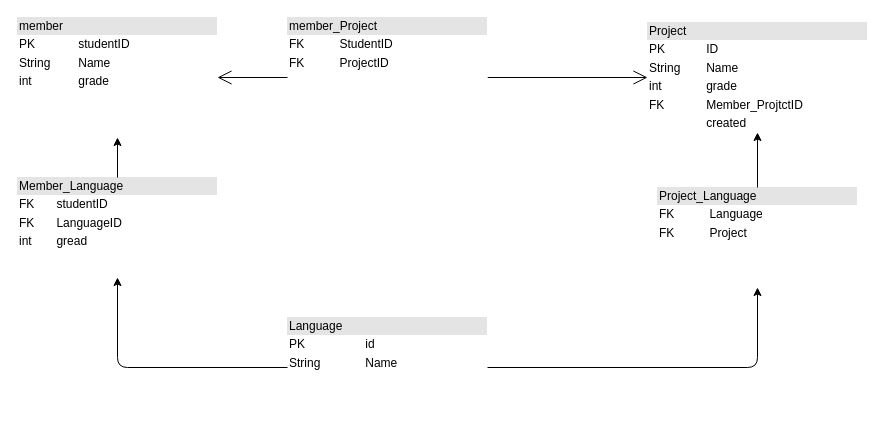
The draw.io diagram e_r.drawio in swkoubou/memberssite, before the edit. Source tidied: cells renumbered, new cells numbered last; positions are measured from the earlier drawing's top-left corner, leaving out a move shared by most shapes. Both pictures are drawn from the tidied source at 100%, with x=0, y=0 at pixel (17, 17).
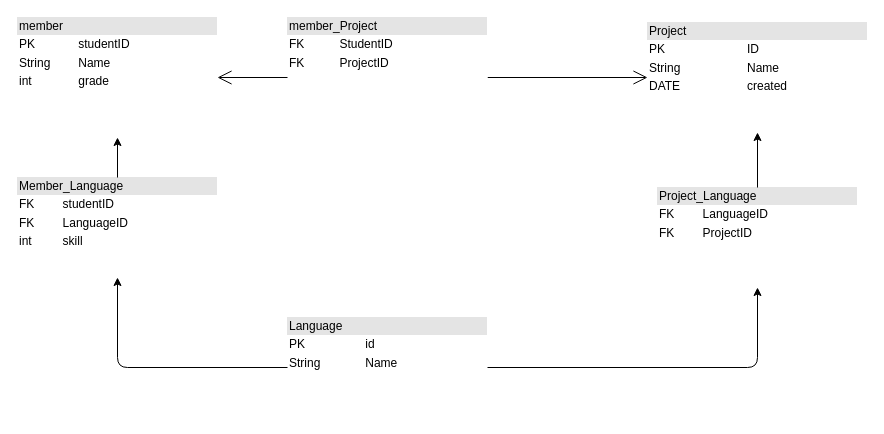
After the change.

Commit message:
鷹野先生に言われたこと一部修正

What changed in the source:
```diff
@@
 <mxGraphModel>
   <root>
     <mxCell id="0" />
     <mxCell id="1" parent="0" />
     <mxCell id="2" value="&lt;div style=&quot;box-sizing: border-box ; width: 100% ; background: #e4e4e4 ; padding: 2px&quot;&gt;&lt;font color=&quot;#000000&quot;&gt;member&lt;/font&gt;&lt;/div&gt;&lt;table style=&quot;width: 100% ; font-size: 1em&quot; cellpadding=&quot;2&quot; cellspacing=&quot;0&quot;&gt;&lt;tbody&gt;&lt;tr&gt;&lt;td&gt;PK&lt;/td&gt;&lt;td&gt;studentID&lt;/td&gt;&lt;/tr&gt;&lt;tr&gt;&lt;td&gt;String&lt;/td&gt;&lt;td&gt;Name&lt;/td&gt;&lt;/tr&gt;&lt;tr&gt;&lt;td&gt;int&lt;/td&gt;&lt;td&gt;grade&lt;span style=&quot;white-space: pre&quot;&gt;&#9;&lt;/span&gt;&lt;span style=&quot;white-space: pre&quot;&gt;&#9;&lt;/span&gt;&lt;br&gt;&lt;/td&gt;&lt;/tr&gt;&lt;/tbody&gt;&lt;/table&gt;" style="verticalAlign=top;align=left;overflow=fill;html=1;strokeColor=none;" parent="1" vertex="1">
       <mxGeometry width="200" height="120" as="geometry" />
     </mxCell>
     <mxCell id="3" value="&lt;div style=&quot;box-sizing: border-box ; width: 100% ; background: #e4e4e4 ; padding: 2px&quot;&gt;&lt;font color=&quot;#000000&quot;&gt;Language&lt;/font&gt;&lt;/div&gt;&lt;table style=&quot;width: 100% ; font-size: 1em&quot; cellpadding=&quot;2&quot; cellspacing=&quot;0&quot;&gt;&lt;tbody&gt;&lt;tr&gt;&lt;td&gt;PK&lt;/td&gt;&lt;td&gt;id&lt;br&gt;&lt;/td&gt;&lt;/tr&gt;&lt;tr&gt;&lt;td&gt;String&lt;/td&gt;&lt;td&gt;Name&lt;/td&gt;&lt;/tr&gt;&lt;tr&gt;&lt;td&gt;&lt;/td&gt;&lt;td&gt;&lt;span style=&quot;white-space: pre&quot;&gt;&#9;&lt;/span&gt;&lt;span style=&quot;white-space: pre&quot;&gt;&#9;&lt;/span&gt;&lt;br&gt;&lt;/td&gt;&lt;/tr&gt;&lt;/tbody&gt;&lt;/table&gt;" style="verticalAlign=top;align=left;overflow=fill;html=1;strokeColor=none;" parent="1" vertex="1">
       <mxGeometry x="270" y="300" width="200" height="100" as="geometry" />
     </mxCell>
-    <mxCell id="4" value="&lt;div style=&quot;box-sizing: border-box ; width: 100% ; background: #e4e4e4 ; padding: 2px&quot;&gt;&lt;font color=&quot;#000000&quot;&gt;Project&lt;/font&gt;&lt;/div&gt;&lt;table style=&quot;width: 100% ; font-size: 1em&quot; cellpadding=&quot;2&quot; cellspacing=&quot;0&quot;&gt;&lt;tbody&gt;&lt;tr&gt;&lt;td&gt;PK&lt;/td&gt;&lt;td&gt;ID&lt;/td&gt;&lt;/tr&gt;&lt;tr&gt;&lt;td&gt;String&lt;/td&gt;&lt;td&gt;Name&lt;/td&gt;&lt;/tr&gt;&lt;tr&gt;&lt;td&gt;int&lt;/td&gt;&lt;td&gt;grade&lt;span style=&quot;white-space: pre&quot;&gt;&#9;&lt;/span&gt;&lt;span style=&quot;white-space: pre&quot;&gt;&#9;&lt;/span&gt;&lt;br&gt;&lt;/td&gt;&lt;/tr&gt;&lt;tr&gt;&lt;td&gt;FK&lt;/td&gt;&lt;td&gt;Member_ProjtctID&lt;/td&gt;&lt;/tr&gt;&lt;tr&gt;&lt;td&gt;&lt;br&gt;&lt;/td&gt;&lt;td&gt;created&lt;/td&gt;&lt;/tr&gt;&lt;/tbody&gt;&lt;/table&gt;" style="verticalAlign=top;align=left;overflow=fill;html=1;strokeColor=none;" parent="1" vertex="1">
+    <mxCell id="4" value="&lt;div style=&quot;box-sizing: border-box ; width: 100% ; background: #e4e4e4 ; padding: 2px&quot;&gt;&lt;font color=&quot;#000000&quot;&gt;Project&lt;/font&gt;&lt;/div&gt;&lt;table style=&quot;width: 100% ; font-size: 1em&quot; cellpadding=&quot;2&quot; cellspacing=&quot;0&quot;&gt;&lt;tbody&gt;&lt;tr&gt;&lt;td&gt;PK&lt;/td&gt;&lt;td&gt;ID&lt;/td&gt;&lt;/tr&gt;&lt;tr&gt;&lt;td&gt;String&lt;/td&gt;&lt;td&gt;Name&lt;/td&gt;&lt;/tr&gt;&lt;tr&gt;&lt;td&gt;DATE&lt;/td&gt;&lt;td&gt;created&lt;/td&gt;&lt;/tr&gt;&lt;/tbody&gt;&lt;/table&gt;" style="verticalAlign=top;align=left;overflow=fill;html=1;strokeColor=none;" parent="1" vertex="1">
       <mxGeometry x="630" y="5" width="220" height="110" as="geometry" />
     </mxCell>
     <mxCell id="5" style="endArrow=open;endFill=1;endSize=12;html=1;fontColor=#000000;startArrow=none;entryX=0;entryY=0.5;entryDx=0;entryDy=0;" parent="1" edge="1" source="6" target="4">
       <mxGeometry relative="1" as="geometry" />
     </mxCell>
     <mxCell id="6" value="&lt;div style=&quot;box-sizing: border-box ; width: 100% ; background: #e4e4e4 ; padding: 2px&quot;&gt;&lt;font color=&quot;#000000&quot;&gt;member_Project&lt;/font&gt;&lt;/div&gt;&lt;table style=&quot;width: 100% ; font-size: 1em&quot; cellpadding=&quot;2&quot; cellspacing=&quot;0&quot;&gt;&lt;tbody&gt;&lt;tr&gt;&lt;td&gt;FK&lt;/td&gt;&lt;td&gt;StudentID&lt;/td&gt;&lt;/tr&gt;&lt;tr&gt;&lt;td&gt;FK&lt;/td&gt;&lt;td&gt;ProjectID&lt;/td&gt;&lt;/tr&gt;&lt;/tbody&gt;&lt;/table&gt;" style="verticalAlign=top;align=left;overflow=fill;html=1;strokeColor=none;" parent="1" vertex="1">
       <mxGeometry x="270" width="200" height="120" as="geometry" />
     </mxCell>
     <mxCell id="7" style="endArrow=open;endFill=1;endSize=12;html=1;fontColor=#000000;entryX=1;entryY=0.5;entryDx=0;entryDy=0;exitX=0;exitY=0.5;exitDx=0;exitDy=0;" parent="1" edge="1" source="6" target="2">
       <mxGeometry relative="1" as="geometry" />
     </mxCell>
-    <mxCell id="8" value="&lt;div style=&quot;box-sizing: border-box ; width: 100% ; background: #e4e4e4 ; padding: 2px&quot;&gt;&lt;font color=&quot;#000000&quot;&gt;Member_Language&lt;/font&gt;&lt;/div&gt;&lt;table style=&quot;width: 100% ; font-size: 1em&quot; cellpadding=&quot;2&quot; cellspacing=&quot;0&quot;&gt;&lt;tbody&gt;&lt;tr&gt;&lt;td&gt;FK&lt;/td&gt;&lt;td&gt;studentID&lt;/td&gt;&lt;/tr&gt;&lt;tr&gt;&lt;td&gt;FK&lt;/td&gt;&lt;td&gt;LanguageID&lt;/td&gt;&lt;/tr&gt;&lt;tr&gt;&lt;td&gt;int&lt;/td&gt;&lt;td&gt;gread&lt;span style=&quot;white-space: pre&quot;&gt;&#9;&lt;/span&gt;&lt;span style=&quot;white-space: pre&quot;&gt;&#9;&lt;/span&gt;&lt;br&gt;&lt;/td&gt;&lt;/tr&gt;&lt;/tbody&gt;&lt;/table&gt;" style="verticalAlign=top;align=left;overflow=fill;html=1;strokeColor=none;" parent="1" vertex="1">
+    <mxCell id="8" value="&lt;div style=&quot;box-sizing: border-box ; width: 100% ; background: #e4e4e4 ; padding: 2px&quot;&gt;&lt;font color=&quot;#000000&quot;&gt;Member_Language&lt;/font&gt;&lt;/div&gt;&lt;table style=&quot;width: 100% ; font-size: 1em&quot; cellpadding=&quot;2&quot; cellspacing=&quot;0&quot;&gt;&lt;tbody&gt;&lt;tr&gt;&lt;td&gt;FK&lt;/td&gt;&lt;td&gt;studentID&lt;/td&gt;&lt;/tr&gt;&lt;tr&gt;&lt;td&gt;FK&lt;/td&gt;&lt;td&gt;LanguageID&lt;/td&gt;&lt;/tr&gt;&lt;tr&gt;&lt;td&gt;int&lt;/td&gt;&lt;td&gt;skill&lt;/td&gt;&lt;/tr&gt;&lt;/tbody&gt;&lt;/table&gt;" style="verticalAlign=top;align=left;overflow=fill;html=1;strokeColor=none;" parent="1" vertex="1">
       <mxGeometry y="160" width="200" height="100" as="geometry" />
     </mxCell>
-    <mxCell id="9" value="&lt;div style=&quot;box-sizing: border-box ; width: 100% ; background: #e4e4e4 ; padding: 2px&quot;&gt;&lt;font color=&quot;#000000&quot;&gt;Project_Language&lt;/font&gt;&lt;/div&gt;&lt;table style=&quot;width: 100% ; font-size: 1em&quot; cellpadding=&quot;2&quot; cellspacing=&quot;0&quot;&gt;&lt;tbody&gt;&lt;tr&gt;&lt;td&gt;FK&lt;/td&gt;&lt;td&gt;Language&lt;/td&gt;&lt;/tr&gt;&lt;tr&gt;&lt;td&gt;FK&lt;/td&gt;&lt;td&gt;Project&lt;/td&gt;&lt;/tr&gt;&lt;tr&gt;&lt;td&gt;&lt;/td&gt;&lt;td&gt;&lt;span style=&quot;white-space: pre&quot;&gt;&#9;&lt;/span&gt;&lt;span style=&quot;white-space: pre&quot;&gt;&#9;&lt;/span&gt;&lt;br&gt;&lt;/td&gt;&lt;/tr&gt;&lt;/tbody&gt;&lt;/table&gt;" style="verticalAlign=top;align=left;overflow=fill;html=1;strokeColor=none;" parent="1" vertex="1">
+    <mxCell id="9" value="&lt;div style=&quot;box-sizing: border-box ; width: 100% ; background: #e4e4e4 ; padding: 2px&quot;&gt;&lt;font color=&quot;#000000&quot;&gt;Project_Language&lt;/font&gt;&lt;/div&gt;&lt;table style=&quot;width: 100% ; font-size: 1em&quot; cellpadding=&quot;2&quot; cellspacing=&quot;0&quot;&gt;&lt;tbody&gt;&lt;tr&gt;&lt;td&gt;FK&lt;/td&gt;&lt;td&gt;LanguageID&lt;/td&gt;&lt;/tr&gt;&lt;tr&gt;&lt;td&gt;FK&lt;/td&gt;&lt;td&gt;ProjectID&lt;/td&gt;&lt;/tr&gt;&lt;tr&gt;&lt;td&gt;&lt;/td&gt;&lt;td&gt;&lt;span style=&quot;white-space: pre&quot;&gt;&#9;&lt;/span&gt;&lt;span style=&quot;white-space: pre&quot;&gt;&#9;&lt;/span&gt;&lt;br&gt;&lt;/td&gt;&lt;/tr&gt;&lt;/tbody&gt;&lt;/table&gt;" style="verticalAlign=top;align=left;overflow=fill;html=1;strokeColor=none;" parent="1" vertex="1">
       <mxGeometry x="640" y="170" width="200" height="100" as="geometry" />
     </mxCell>
     <mxCell id="10" style="endArrow=classic;html=1;fontColor=#000000;entryX=0.5;entryY=1;entryDx=0;entryDy=0;exitX=0.5;exitY=0;exitDx=0;exitDy=0;" parent="1" edge="1" source="8" target="2">
       <mxGeometry relative="1" as="geometry" />
     </mxCell>
     <mxCell id="11" style="edgeStyle=segmentEdgeStyle;endArrow=classic;html=1;fontColor=#000000;entryX=0.5;entryY=1;entryDx=0;entryDy=0;exitX=0;exitY=0.5;exitDx=0;exitDy=0;" parent="1" edge="1" source="3" target="8">
       <mxGeometry relative="1" as="geometry" />
     </mxCell>
     <mxCell id="12" style="edgeStyle=segmentEdgeStyle;endArrow=classic;html=1;fontColor=#000000;exitX=1;exitY=0.5;exitDx=0;exitDy=0;entryX=0.5;entryY=1;entryDx=0;entryDy=0;" parent="1" edge="1" source="3" target="9">
       <mxGeometry relative="1" as="geometry" />
     </mxCell>
     <mxCell id="13" style="endArrow=classic;html=1;fontColor=#000000;entryX=0.5;entryY=1;entryDx=0;entryDy=0;exitX=0.5;exitY=0;exitDx=0;exitDy=0;" parent="1" edge="1" source="9" target="4">
       <mxGeometry relative="1" as="geometry" />
     </mxCell>
   </root>
 </mxGraphModel>
```
